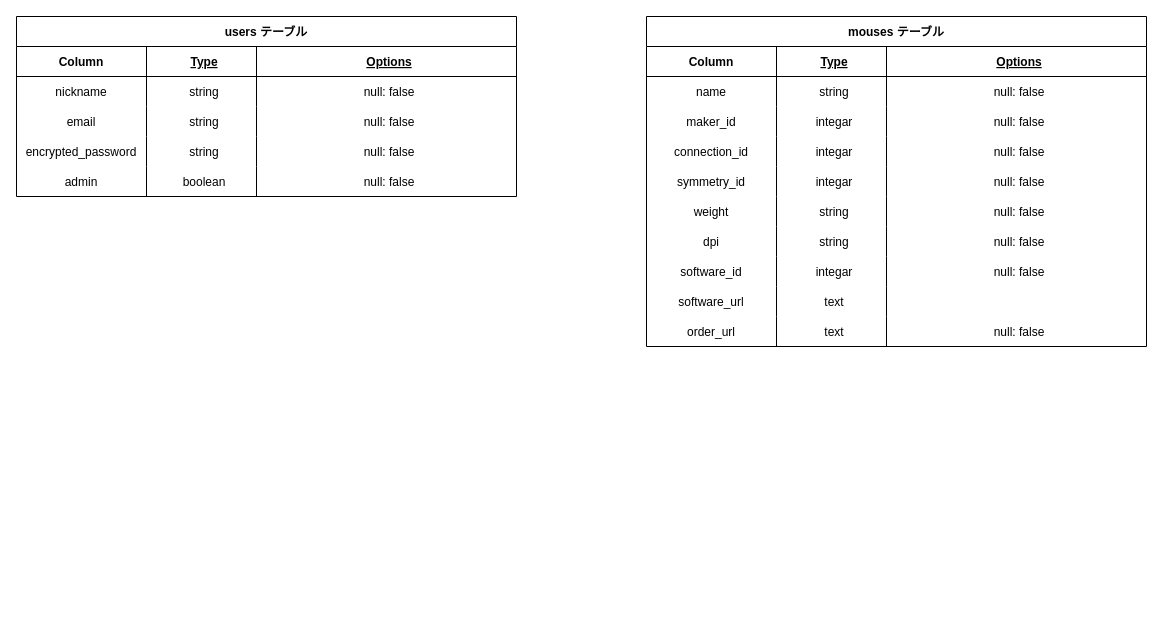
Earlier version of the draw.io diagram mouse_review.dio (NaoyukiG/mouse_review). Source tidied: cells renumbered, new cells numbered last; positions are measured from the earlier drawing's top-left corner, leaving out a move shared by most shapes. Both pictures are drawn from the tidied source at 100%, with x=0, y=0 at pixel (16, 16).
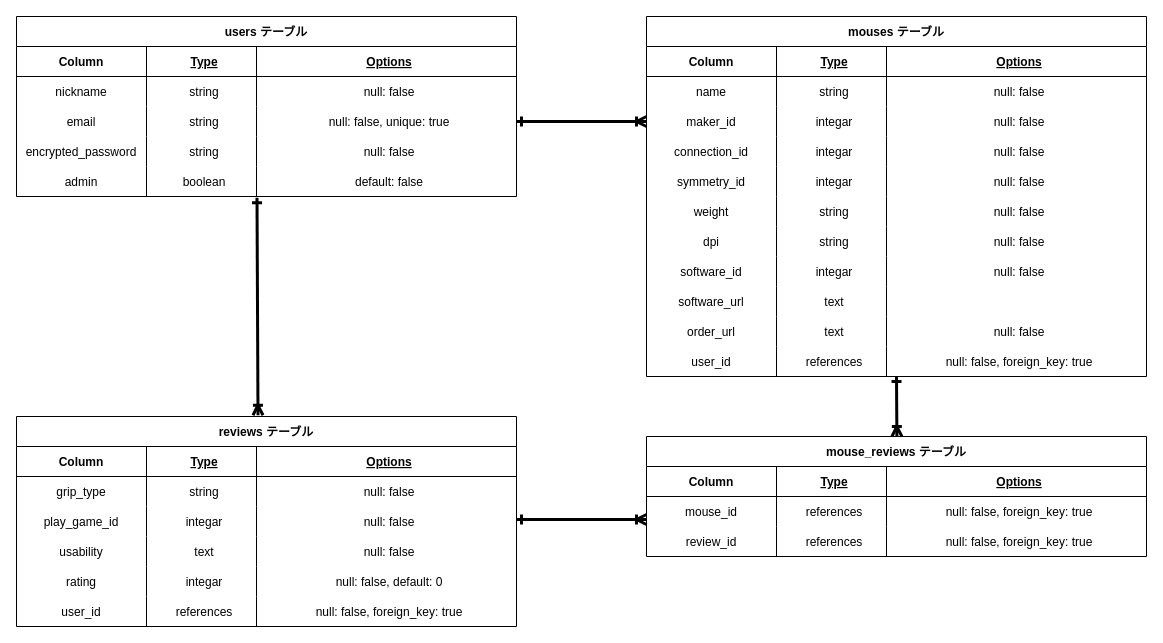
The same page after the edit.

Commit message:
ER図へ中間テーブル等を記述

The change refers to these unchanged cells:
```xml
<mxCell id="11" style="shape=partialRectangle;fillColor=none;top=0;left=0;bottom=0;right=0;points=[[0,0.5],[1,0.5]];portConstraint=eastwest;align=center;" parent="2" vertex="1">
  <mxGeometry y="90" width="500" height="30" as="geometry" />
</mxCell>
<mxCell id="52" style="shape=partialRectangle;fillColor=none;top=0;left=0;bottom=0;right=0;points=[[0,0.5],[1,0.5]];portConstraint=eastwest;align=center;" parent="43" vertex="1">
  <mxGeometry y="90" width="500" height="30" as="geometry" />
</mxCell>
<mxCell id="60" style="shape=partialRectangle;fillColor=none;top=0;left=0;bottom=0;right=0;points=[[0,0.5],[1,0.5]];portConstraint=eastwest;align=center;" parent="43" vertex="1">
  <mxGeometry y="150" width="500" height="30" as="geometry" />
</mxCell>
```

Change to the diagram source:
```diff
@@
     <mxCell id="2" value="mouses テーブル" style="shape=table;startSize=30;childLayout=tableLayout;rowLines=0;fontStyle=1;align=center;verticalAlign=middle;" parent="1" vertex="1">
-      <mxGeometry x="630" width="500" height="330" as="geometry" />
+      <mxGeometry x="630" width="500" height="360" as="geometry" />
     </mxCell>
@@
+    <mxCell id="65" style="shape=partialRectangle;fillColor=none;top=0;left=0;bottom=0;right=0;align=center;" parent="2" vertex="1">
+      <mxGeometry y="330" width="500" height="30" as="geometry" />
+    </mxCell>
+    <mxCell id="66" value="user_id" style="shape=partialRectangle;fillColor=none;top=0;left=0;bottom=0;right=0;overflow=hidden;align=center;" parent="65" vertex="1">
+      <mxGeometry width="130" height="30" as="geometry" />
+    </mxCell>
+    <mxCell id="67" value="references" style="shape=partialRectangle;fillColor=none;top=0;left=0;bottom=0;right=0;align=center;spacingLeft=6;overflow=hidden;" parent="65" vertex="1">
+      <mxGeometry x="130" width="110" height="30" as="geometry" />
+    </mxCell>
+    <mxCell id="68" value="null: false, foreign_key: true" style="shape=partialRectangle;fillColor=none;top=0;left=0;bottom=0;right=0;align=center;spacingLeft=6;overflow=hidden;" parent="65" vertex="1">
+      <mxGeometry x="240" width="260" height="30" as="geometry" />
+    </mxCell>
@@
-    <mxCell id="55" value="null: false" style="shape=partialRectangle;fillColor=none;top=0;left=0;bottom=0;right=0;align=center;spacingLeft=6;overflow=hidden;" parent="52" vertex="1">
+    <mxCell id="55" value="null: false, unique: true" style="shape=partialRectangle;fillColor=none;top=0;left=0;bottom=0;right=0;align=center;spacingLeft=6;overflow=hidden;" parent="52" vertex="1">
       <mxGeometry x="240" width="260" height="30" as="geometry" />
     </mxCell>
@@
-    <mxCell id="63" value="null: false" style="shape=partialRectangle;fillColor=none;top=0;left=0;bottom=0;right=0;align=center;spacingLeft=6;overflow=hidden;" parent="60" vertex="1">
+    <mxCell id="63" value="default: false" style="shape=partialRectangle;fillColor=none;top=0;left=0;bottom=0;right=0;align=center;spacingLeft=6;overflow=hidden;" parent="60" vertex="1">
       <mxGeometry x="240" width="260" height="30" as="geometry" />
     </mxCell>
@@
+    <mxCell id="69" style="edgeStyle=entityRelationEdgeStyle;fontSize=12;html=1;endArrow=ERoneToMany;endFill=0;exitX=1;exitY=0.5;exitDx=0;exitDy=0;strokeWidth=3;startArrow=ERone;startFill=0;entryX=0;entryY=0.5;entryDx=0;entryDy=0;" parent="1" edge="1" source="52" target="11">
+      <mxGeometry relative="1" as="geometry" />
+    </mxCell>
+    <mxCell id="70" value="reviews テーブル" style="shape=table;startSize=30;childLayout=tableLayout;rowLines=0;fontStyle=1;align=center;verticalAlign=middle;" parent="1" vertex="1">
+      <mxGeometry y="400" width="500" height="210" as="geometry" />
+    </mxCell>
+    <mxCell id="71" style="shape=partialRectangle;fillColor=none;top=0;left=0;bottom=1;right=0;align=center;" parent="70" vertex="1">
+      <mxGeometry y="30" width="500" height="30" as="geometry" />
+    </mxCell>
+    <mxCell id="72" value="Column" style="shape=partialRectangle;fillColor=none;top=0;left=0;bottom=0;right=0;fontStyle=1;overflow=hidden;align=center;" parent="71" vertex="1">
+      <mxGeometry width="130" height="30" as="geometry" />
+    </mxCell>
+    <mxCell id="73" value="Type" style="shape=partialRectangle;fillColor=none;top=0;left=0;bottom=0;right=0;align=center;spacingLeft=6;fontStyle=5;overflow=hidden;" parent="71" vertex="1">
+      <mxGeometry x="130" width="110" height="30" as="geometry" />
+    </mxCell>
+    <mxCell id="74" value="Options" style="shape=partialRectangle;fillColor=none;top=0;left=0;bottom=0;right=0;align=center;spacingLeft=6;fontStyle=5;overflow=hidden;" parent="71" vertex="1">
+      <mxGeometry x="240" width="260" height="30" as="geometry" />
+    </mxCell>
+    <mxCell id="75" style="shape=partialRectangle;fillColor=none;top=0;left=0;bottom=0;right=0;align=center;" parent="70" vertex="1">
+      <mxGeometry y="60" width="500" height="30" as="geometry" />
+    </mxCell>
+    <mxCell id="76" value="grip_type" style="shape=partialRectangle;fillColor=none;top=0;left=0;bottom=0;right=0;overflow=hidden;align=center;" parent="75" vertex="1">
+      <mxGeometry width="130" height="30" as="geometry" />
+    </mxCell>
+    <mxCell id="77" value="string" style="shape=partialRectangle;fillColor=none;top=0;left=0;bottom=0;right=0;align=center;spacingLeft=6;overflow=hidden;" parent="75" vertex="1">
+      <mxGeometry x="130" width="110" height="30" as="geometry" />
+    </mxCell>
+    <mxCell id="78" value="null: false" style="shape=partialRectangle;fillColor=none;top=0;left=0;bottom=0;right=0;align=center;spacingLeft=6;overflow=hidden;" parent="75" vertex="1">
+      <mxGeometry x="240" width="260" height="30" as="geometry" />
+    </mxCell>
+    <mxCell id="79" style="shape=partialRectangle;fillColor=none;top=0;left=0;bottom=0;right=0;align=center;" parent="70" vertex="1">
+      <mxGeometry y="90" width="500" height="30" as="geometry" />
+    </mxCell>
+    <mxCell id="80" value="play_game_id" style="shape=partialRectangle;fillColor=none;top=0;left=0;bottom=0;right=0;overflow=hidden;align=center;" parent="79" vertex="1">
+      <mxGeometry width="130" height="30" as="geometry" />
+    </mxCell>
+    <mxCell id="81" value="integar" style="shape=partialRectangle;fillColor=none;top=0;left=0;bottom=0;right=0;align=center;spacingLeft=6;overflow=hidden;" parent="79" vertex="1">
+      <mxGeometry x="130" width="110" height="30" as="geometry" />
+    </mxCell>
+    <mxCell id="82" value="null: false" style="shape=partialRectangle;fillColor=none;top=0;left=0;bottom=0;right=0;align=center;spacingLeft=6;overflow=hidden;" parent="79" vertex="1">
+      <mxGeometry x="240" width="260" height="30" as="geometry" />
+    </mxCell>
+    <mxCell id="83" style="shape=partialRectangle;fillColor=none;top=0;left=0;bottom=0;right=0;align=center;" parent="70" vertex="1">
+      <mxGeometry y="120" width="500" height="30" as="geometry" />
+    </mxCell>
+    <mxCell id="84" value="usability" style="shape=partialRectangle;fillColor=none;top=0;left=0;bottom=0;right=0;overflow=hidden;align=center;" parent="83" vertex="1">
+      <mxGeometry width="130" height="30" as="geometry" />
+    </mxCell>
+    <mxCell id="85" value="text" style="shape=partialRectangle;fillColor=none;top=0;left=0;bottom=0;right=0;align=center;spacingLeft=6;overflow=hidden;" parent="83" vertex="1">
+      <mxGeometry x="130" width="110" height="30" as="geometry" />
+    </mxCell>
+    <mxCell id="86" value="null: false" style="shape=partialRectangle;fillColor=none;top=0;left=0;bottom=0;right=0;align=center;spacingLeft=6;overflow=hidden;" parent="83" vertex="1">
+      <mxGeometry x="240" width="260" height="30" as="geometry" />
+    </mxCell>
+    <mxCell id="87" style="shape=partialRectangle;fillColor=none;top=0;left=0;bottom=0;right=0;align=center;" parent="70" vertex="1">
+      <mxGeometry y="150" width="500" height="30" as="geometry" />
+    </mxCell>
+    <mxCell id="88" value="rating" style="shape=partialRectangle;fillColor=none;top=0;left=0;bottom=0;right=0;overflow=hidden;align=center;" parent="87" vertex="1">
+      <mxGeometry width="130" height="30" as="geometry" />
+    </mxCell>
+    <mxCell id="89" value="integar" style="shape=partialRectangle;fillColor=none;top=0;left=0;bottom=0;right=0;align=center;spacingLeft=6;overflow=hidden;" parent="87" vertex="1">
+      <mxGeometry x="130" width="110" height="30" as="geometry" />
+    </mxCell>
+    <mxCell id="90" value="null: false, default: 0" style="shape=partialRectangle;fillColor=none;top=0;left=0;bottom=0;right=0;align=center;spacingLeft=6;overflow=hidden;" parent="87" vertex="1">
+      <mxGeometry x="240" width="260" height="30" as="geometry" />
+    </mxCell>
+    <mxCell id="91" style="shape=partialRectangle;fillColor=none;top=0;left=0;bottom=0;right=0;align=center;" parent="70" vertex="1">
+      <mxGeometry y="180" width="500" height="30" as="geometry" />
+    </mxCell>
+    <mxCell id="92" value="user_id" style="shape=partialRectangle;fillColor=none;top=0;left=0;bottom=0;right=0;overflow=hidden;align=center;" parent="91" vertex="1">
+      <mxGeometry width="130" height="30" as="geometry" />
+    </mxCell>
+    <mxCell id="93" value="references" style="shape=partialRectangle;fillColor=none;top=0;left=0;bottom=0;right=0;align=center;spacingLeft=6;overflow=hidden;" parent="91" vertex="1">
+      <mxGeometry x="130" width="110" height="30" as="geometry" />
+    </mxCell>
+    <mxCell id="94" value="null: false, foreign_key: true" style="shape=partialRectangle;fillColor=none;top=0;left=0;bottom=0;right=0;align=center;spacingLeft=6;overflow=hidden;" parent="91" vertex="1">
+      <mxGeometry x="240" width="260" height="30" as="geometry" />
+    </mxCell>
+    <mxCell id="95" style="edgeStyle=none;html=1;exitX=0;exitY=0.5;exitDx=0;exitDy=0;entryX=0;entryY=0.5;entryDx=0;entryDy=0;" parent="70" edge="1" source="70">
+      <mxGeometry relative="1" as="geometry" />
+    </mxCell>
+    <mxCell id="96" style="fontSize=12;html=1;endArrow=ERoneToMany;endFill=0;exitX=0.481;exitY=1.041;exitDx=0;exitDy=0;strokeWidth=3;startArrow=ERone;startFill=0;exitPerimeter=0;entryX=0.483;entryY=-0.006;entryDx=0;entryDy=0;entryPerimeter=0;" parent="1" edge="1" source="60" target="70">
+      <mxGeometry relative="1" as="geometry" />
+    </mxCell>
+    <mxCell id="97" value="mouse_reviews テーブル" style="shape=table;startSize=30;childLayout=tableLayout;rowLines=0;fontStyle=1;align=center;verticalAlign=middle;" parent="1" vertex="1">
+      <mxGeometry x="630" y="420" width="500" height="120" as="geometry" />
+    </mxCell>
+    <mxCell id="98" style="shape=partialRectangle;fillColor=none;top=0;left=0;bottom=1;right=0;align=center;" parent="97" vertex="1">
+      <mxGeometry y="30" width="500" height="30" as="geometry" />
+    </mxCell>
+    <mxCell id="99" value="Column" style="shape=partialRectangle;fillColor=none;top=0;left=0;bottom=0;right=0;fontStyle=1;overflow=hidden;align=center;" parent="98" vertex="1">
+      <mxGeometry width="130" height="30" as="geometry" />
+    </mxCell>
+    <mxCell id="100" value="Type" style="shape=partialRectangle;fillColor=none;top=0;left=0;bottom=0;right=0;align=center;spacingLeft=6;fontStyle=5;overflow=hidden;" parent="98" vertex="1">
+      <mxGeometry x="130" width="110" height="30" as="geometry" />
+    </mxCell>
+    <mxCell id="101" value="Options" style="shape=partialRectangle;fillColor=none;top=0;left=0;bottom=0;right=0;align=center;spacingLeft=6;fontStyle=5;overflow=hidden;" parent="98" vertex="1">
+      <mxGeometry x="240" width="260" height="30" as="geometry" />
+    </mxCell>
+    <mxCell id="102" style="shape=partialRectangle;fillColor=none;top=0;left=0;bottom=0;right=0;align=center;" parent="97" vertex="1">
+      <mxGeometry y="60" width="500" height="30" as="geometry" />
+    </mxCell>
+    <mxCell id="103" value="mouse_id" style="shape=partialRectangle;fillColor=none;top=0;left=0;bottom=0;right=0;overflow=hidden;align=center;" parent="102" vertex="1">
+      <mxGeometry width="130" height="30" as="geometry" />
+    </mxCell>
+    <mxCell id="104" value="references" style="shape=partialRectangle;fillColor=none;top=0;left=0;bottom=0;right=0;align=center;spacingLeft=6;overflow=hidden;" parent="102" vertex="1">
+      <mxGeometry x="130" width="110" height="30" as="geometry" />
+    </mxCell>
+    <mxCell id="105" value="null: false, foreign_key: true" style="shape=partialRectangle;fillColor=none;top=0;left=0;bottom=0;right=0;align=center;spacingLeft=6;overflow=hidden;" parent="102" vertex="1">
+      <mxGeometry x="240" width="260" height="30" as="geometry" />
+    </mxCell>
+    <mxCell id="106" style="shape=partialRectangle;fillColor=none;top=0;left=0;bottom=0;right=0;align=center;" parent="97" vertex="1">
+      <mxGeometry y="90" width="500" height="30" as="geometry" />
+    </mxCell>
+    <mxCell id="107" value="review_id" style="shape=partialRectangle;fillColor=none;top=0;left=0;bottom=0;right=0;overflow=hidden;align=center;" parent="106" vertex="1">
+      <mxGeometry width="130" height="30" as="geometry" />
+    </mxCell>
+    <mxCell id="108" value="references" style="shape=partialRectangle;fillColor=none;top=0;left=0;bottom=0;right=0;align=center;spacingLeft=6;overflow=hidden;" parent="106" vertex="1">
+      <mxGeometry x="130" width="110" height="30" as="geometry" />
+    </mxCell>
+    <mxCell id="109" value="null: false, foreign_key: true" style="shape=partialRectangle;fillColor=none;top=0;left=0;bottom=0;right=0;align=center;spacingLeft=6;overflow=hidden;" parent="106" vertex="1">
+      <mxGeometry x="240" width="260" height="30" as="geometry" />
+    </mxCell>
+    <mxCell id="110" style="edgeStyle=none;html=1;exitX=0;exitY=0.5;exitDx=0;exitDy=0;entryX=0;entryY=0.5;entryDx=0;entryDy=0;" parent="97" edge="1" source="97">
+      <mxGeometry relative="1" as="geometry" />
+    </mxCell>
+    <mxCell id="111" style="edgeStyle=entityRelationEdgeStyle;fontSize=12;html=1;endArrow=ERoneToMany;endFill=0;exitX=1;exitY=0.5;exitDx=0;exitDy=0;strokeWidth=3;startArrow=ERone;startFill=0;entryX=0;entryY=0.5;entryDx=0;entryDy=0;" parent="1" edge="1">
+      <mxGeometry relative="1" as="geometry">
+        <mxPoint x="500" y="503" as="sourcePoint" />
+        <mxPoint x="630" y="503" as="targetPoint" />
+      </mxGeometry>
+    </mxCell>
+    <mxCell id="112" style="fontSize=12;html=1;endArrow=ERoneToMany;endFill=0;strokeWidth=3;startArrow=ERone;startFill=0;entryX=0.483;entryY=-0.006;entryDx=0;entryDy=0;entryPerimeter=0;" parent="1" edge="1">
+      <mxGeometry relative="1" as="geometry">
+        <mxPoint x="880" y="360" as="sourcePoint" />
+        <mxPoint x="880.4" y="420" as="targetPoint" />
+      </mxGeometry>
+    </mxCell>
```
